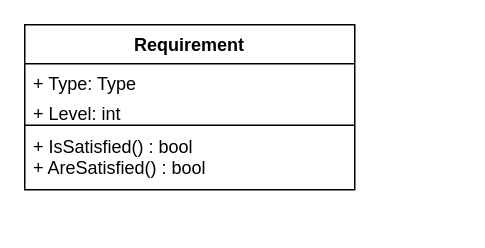
Before: Assets/UML_Diagrams/Requirement.drawio in ProgramacionII-Equipo3/Proyecto, a draw.io diagram. Source tidied: cells renumbered, new cells numbered last; positions are measured from the earlier drawing's top-left corner, leaving out a move shared by most shapes. Both pictures are drawn from the tidied source at 150%, with x=0, y=0 at pixel (24, 24).
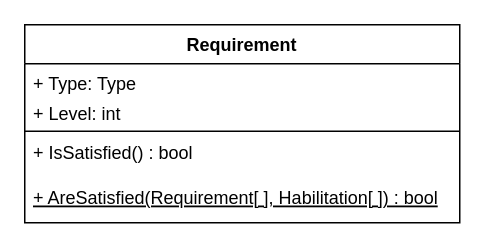
Above is the later version.

Diff of the diagram source:
```diff
@@
 <mxGraphModel>
   <root>
     <mxCell id="0" />
     <mxCell id="1" parent="0" />
     <mxCell id="2" value="Requirement" style="swimlane;fontStyle=1;align=center;verticalAlign=top;horizontal=1;startSize=26;" parent="1" vertex="1">
-      <mxGeometry width="220" height="110" as="geometry" />
+      <mxGeometry width="290" height="132" as="geometry" />
     </mxCell>
     <mxCell id="3" value="+ Type: Type" style="text;strokeColor=none;fillColor=none;align=left;verticalAlign=top;spacingLeft=4;spacingRight=4;overflow=hidden;" parent="2" vertex="1">
-      <mxGeometry y="26" width="220" height="20" as="geometry" />
+      <mxGeometry y="26" width="290" height="20" as="geometry" />
     </mxCell>
     <mxCell id="4" value="+ Level: int" style="text;strokeColor=none;fillColor=none;align=left;verticalAlign=top;spacingLeft=4;spacingRight=4;overflow=hidden;" parent="2" vertex="1">
-      <mxGeometry y="46" width="220" height="20" as="geometry" />
+      <mxGeometry y="46" width="290" height="24" as="geometry" />
     </mxCell>
     <mxCell id="5" style="line;strokeWidth=1;fillColor=none;align=left;verticalAlign=middle;spacingTop=-1;spacingLeft=3;spacingRight=3;labelPosition=right;" parent="2" vertex="1">
-      <mxGeometry y="66" width="220" height="2" as="geometry" />
+      <mxGeometry y="70" width="290" height="2" as="geometry" />
     </mxCell>
-    <mxCell id="6" value="+ IsSatisfied() : bool&#10;+ AreSatisfied() : bool" style="text;strokeColor=none;fillColor=none;align=left;verticalAlign=top;spacingLeft=4;spacingRight=4;overflow=hidden;" parent="2" vertex="1">
-      <mxGeometry y="68" width="220" height="42" as="geometry" />
+    <mxCell id="6" value="+ IsSatisfied() : bool" style="text;strokeColor=none;fillColor=none;align=left;verticalAlign=top;spacingLeft=4;spacingRight=4;overflow=hidden;" parent="2" vertex="1">
+      <mxGeometry y="72" width="290" height="30" as="geometry" />
     </mxCell>
+    <mxCell id="7" value="+ AreSatisfied(Requirement[ ], Habilitation[ ]) : bool" style="text;strokeColor=none;fillColor=none;align=left;verticalAlign=top;spacingLeft=4;spacingRight=4;overflow=hidden;fontStyle=4;" parent="2" vertex="1">
+      <mxGeometry y="102" width="290" height="30" as="geometry" />
+    </mxCell>
   </root>
 </mxGraphModel>
```
